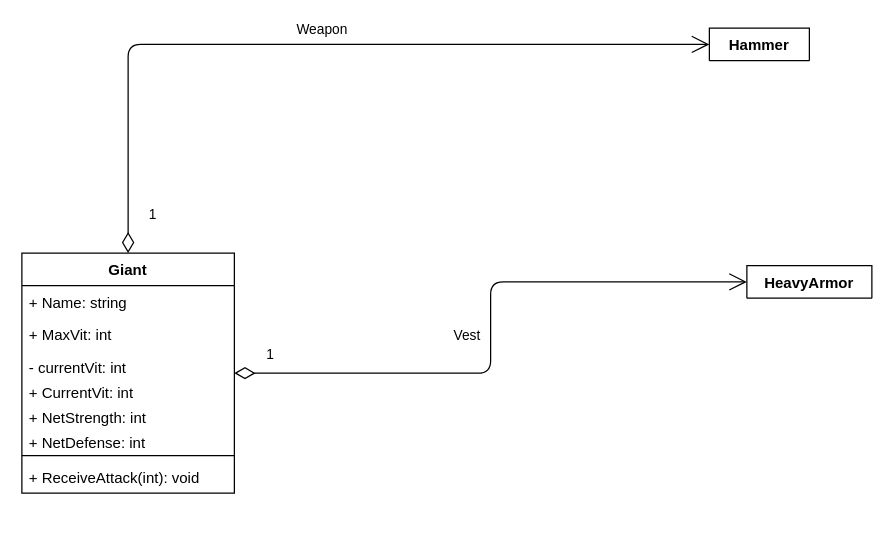
ProgramacionII-Equipo3/PII_RoleplayGame_1_Start keeps this draw.io diagram as Assets/UML-diagrams/Giant.drawio. Above is the earlier version. Source tidied: cells renumbered, new cells numbered last; positions are measured from the earlier drawing's top-left corner, leaving out a move shared by most shapes. Both pictures are drawn from the tidied source at 125%, with x=0, y=0 at pixel (21, 28).
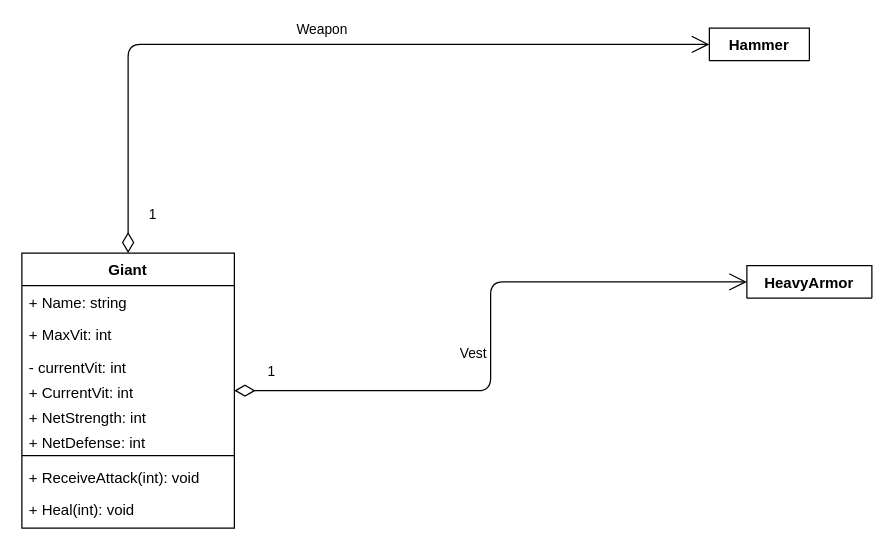
After the change.

What changed in the source:
```diff
@@
     <mxCell id="2" value="Giant" style="swimlane;fontStyle=1;align=center;verticalAlign=top;horizontal=1;startSize=26;" parent="1" vertex="1">
-      <mxGeometry y="180" width="170" height="192" as="geometry" />
+      <mxGeometry y="180" width="170" height="220" as="geometry" />
     </mxCell>
@@
+    <mxCell id="17" value="+ Heal(int): void" style="text;strokeColor=none;fillColor=none;align=left;verticalAlign=top;spacingLeft=4;spacingRight=4;overflow=hidden;" parent="2" vertex="1">
+      <mxGeometry y="192" width="170" height="28" as="geometry" />
+    </mxCell>
```
